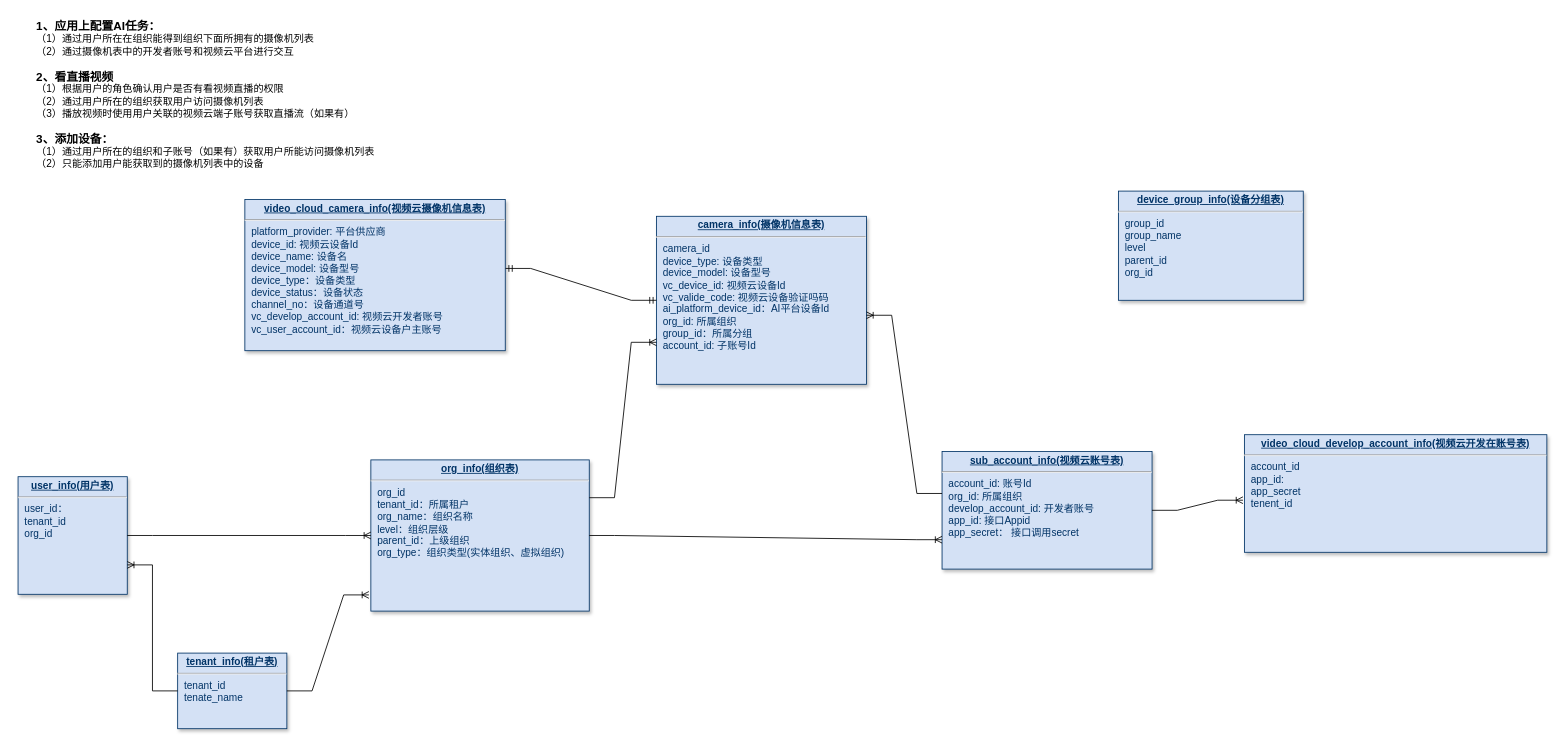
Earlier version of the draw.io diagram page "设备管理E-R图" (1 of 2) of 设备管理ER图.drawio (liushubao0109/drawio). Source tidied: cells renumbered, new cells numbered last; positions are measured from the earlier drawing's top-left corner, leaving out a move shared by most shapes. Both pictures are drawn from the tidied source at 84%, with x=0, y=0 at pixel (18, 14).
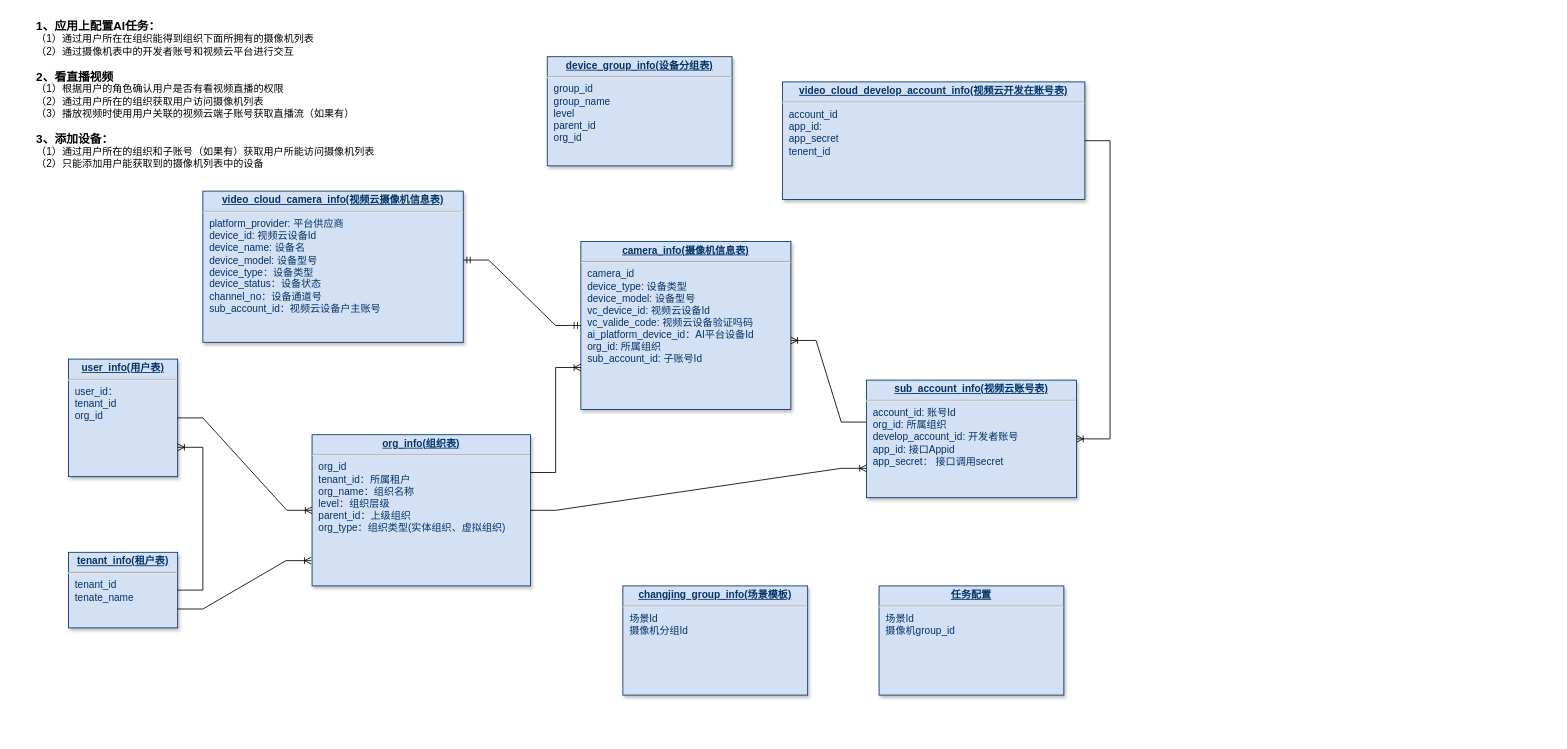
Above is the later version.

Change to the diagram source:
```diff
@@
     <mxCell id="2" value="&lt;p style=&quot;margin: 0px; margin-top: 4px; text-align: center; text-decoration: underline;&quot;&gt;&lt;b&gt;org_info(组织表)&lt;/b&gt;&lt;/p&gt;&lt;hr&gt;&lt;p style=&quot;margin: 0px 0px 0px 8px;&quot;&gt;org_id&lt;/p&gt;&lt;p style=&quot;margin: 0px 0px 0px 8px;&quot;&gt;tenant_id：所属租户&lt;/p&gt;&lt;p style=&quot;margin: 0px 0px 0px 8px;&quot;&gt;org_name：组织名称&lt;/p&gt;&lt;p style=&quot;margin: 0px 0px 0px 8px;&quot;&gt;level：组织层级&lt;/p&gt;&lt;p style=&quot;margin: 0px 0px 0px 8px;&quot;&gt;parent_id：上级组织&lt;/p&gt;&lt;p style=&quot;margin: 0px 0px 0px 8px;&quot;&gt;org_type：组织类型(实体组织、虚拟组织)&lt;/p&gt;&lt;p style=&quot;margin: 0px; margin-left: 8px;&quot;&gt;&lt;br&gt;&lt;/p&gt;" style="verticalAlign=top;align=left;overflow=fill;fontSize=12;fontFamily=Helvetica;html=1;strokeColor=#003366;shadow=1;fillColor=#D4E1F5;fontColor=#003366;" parent="1" vertex="1">
-      <mxGeometry x="420" y="530" width="260" height="180" as="geometry" />
+      <mxGeometry x="350" y="500" width="260" height="180" as="geometry" />
     </mxCell>
     <mxCell id="3" value="&lt;p style=&quot;margin: 0px; margin-top: 4px; text-align: center; text-decoration: underline;&quot;&gt;&lt;strong&gt;device_group_info(设备分组表)&lt;/strong&gt;&lt;/p&gt;&lt;hr&gt;&lt;p style=&quot;margin: 0px; margin-left: 8px;&quot;&gt;group_id&lt;/p&gt;&lt;p style=&quot;margin: 0px; margin-left: 8px;&quot;&gt;group_name&lt;/p&gt;&lt;p style=&quot;margin: 0px; margin-left: 8px;&quot;&gt;level&lt;/p&gt;&lt;p style=&quot;margin: 0px; margin-left: 8px;&quot;&gt;parent_id&lt;/p&gt;&lt;p style=&quot;margin: 0px; margin-left: 8px;&quot;&gt;org_id&lt;/p&gt;&lt;p style=&quot;margin: 0px; margin-left: 8px;&quot;&gt;&lt;br&gt;&lt;/p&gt;" style="verticalAlign=top;align=left;overflow=fill;fontSize=12;fontFamily=Helvetica;html=1;strokeColor=#003366;shadow=1;fillColor=#D4E1F5;fontColor=#003366;" parent="1" vertex="1">
-      <mxGeometry x="1310" y="210" width="220" height="130" as="geometry" />
+      <mxGeometry x="630" y="50" width="220" height="130" as="geometry" />
     </mxCell>
-    <mxCell id="4" value="&lt;p style=&quot;margin: 0px; margin-top: 4px; text-align: center; text-decoration: underline;&quot;&gt;&lt;b&gt;camera_info(摄像机信息表)&lt;/b&gt;&lt;/p&gt;&lt;hr&gt;&lt;p style=&quot;margin: 0px; margin-left: 8px;&quot;&gt;camera_id&lt;/p&gt;&lt;p style=&quot;margin: 0px; margin-left: 8px;&quot;&gt;device_type: 设备类型&lt;/p&gt;&lt;p style=&quot;margin: 0px; margin-left: 8px;&quot;&gt;device_model: 设备型号&lt;/p&gt;&lt;p style=&quot;margin: 0px; margin-left: 8px;&quot;&gt;&lt;span style=&quot;background-color: initial;&quot;&gt;vc_device_id: 视频云设备Id&lt;/span&gt;&lt;/p&gt;&lt;p style=&quot;margin: 0px; margin-left: 8px;&quot;&gt;vc_valide_code: 视频云设备验证吗码&lt;/p&gt;&lt;p style=&quot;margin: 0px; margin-left: 8px;&quot;&gt;ai_platform_device_id：AI平台设备Id&lt;/p&gt;&lt;p style=&quot;margin: 0px; margin-left: 8px;&quot;&gt;org_id: 所属组织&lt;/p&gt;&lt;p style=&quot;margin: 0px; margin-left: 8px;&quot;&gt;group_id：所属分组&lt;/p&gt;&lt;p style=&quot;margin: 0px; margin-left: 8px;&quot;&gt;account_id: 子账号Id&lt;/p&gt;" style="verticalAlign=top;align=left;overflow=fill;fontSize=12;fontFamily=Helvetica;html=1;strokeColor=#003366;shadow=1;fillColor=#D4E1F5;fontColor=#003366;" parent="1" vertex="1">
-      <mxGeometry x="760" y="240" width="250" height="200" as="geometry" />
+    <mxCell id="4" value="&lt;p style=&quot;margin: 0px; margin-top: 4px; text-align: center; text-decoration: underline;&quot;&gt;&lt;b&gt;camera_info(摄像机信息表)&lt;/b&gt;&lt;/p&gt;&lt;hr&gt;&lt;p style=&quot;margin: 0px; margin-left: 8px;&quot;&gt;camera_id&lt;/p&gt;&lt;p style=&quot;margin: 0px; margin-left: 8px;&quot;&gt;device_type: 设备类型&lt;/p&gt;&lt;p style=&quot;margin: 0px; margin-left: 8px;&quot;&gt;device_model: 设备型号&lt;/p&gt;&lt;p style=&quot;margin: 0px; margin-left: 8px;&quot;&gt;&lt;span style=&quot;background-color: initial;&quot;&gt;vc_device_id: 视频云设备Id&lt;/span&gt;&lt;/p&gt;&lt;p style=&quot;margin: 0px; margin-left: 8px;&quot;&gt;vc_valide_code: 视频云设备验证吗码&lt;/p&gt;&lt;p style=&quot;margin: 0px; margin-left: 8px;&quot;&gt;ai_platform_device_id：AI平台设备Id&lt;/p&gt;&lt;p style=&quot;margin: 0px; margin-left: 8px;&quot;&gt;org_id: 所属组织&lt;/p&gt;&lt;p style=&quot;margin: 0px; margin-left: 8px;&quot;&gt;&lt;span style=&quot;background-color: initial;&quot;&gt;sub_account_id: 子账号Id&lt;/span&gt;&lt;br&gt;&lt;/p&gt;" style="verticalAlign=top;align=left;overflow=fill;fontSize=12;fontFamily=Helvetica;html=1;strokeColor=#003366;shadow=1;fillColor=#D4E1F5;fontColor=#003366;" parent="1" vertex="1">
+      <mxGeometry x="670" y="270" width="250" height="200" as="geometry" />
     </mxCell>
     <mxCell id="5" value="&lt;p style=&quot;margin: 0px; margin-top: 4px; text-align: center; text-decoration: underline;&quot;&gt;&lt;strong&gt;sub_account_info(视频云账号表)&lt;/strong&gt;&lt;/p&gt;&lt;hr&gt;&lt;p style=&quot;margin: 0px; margin-left: 8px;&quot;&gt;account_id: 账号Id&lt;/p&gt;&lt;p style=&quot;margin: 0px; margin-left: 8px;&quot;&gt;&lt;span style=&quot;background-color: initial;&quot;&gt;org_id: 所属组织&lt;/span&gt;&lt;br&gt;&lt;/p&gt;&lt;p style=&quot;margin: 0px; margin-left: 8px;&quot;&gt;develop_account_id: 开发者账号&lt;/p&gt;&lt;p style=&quot;margin: 0px; margin-left: 8px;&quot;&gt;&lt;span style=&quot;background-color: initial;&quot;&gt;app_id: 接口Appid&lt;/span&gt;&lt;br&gt;&lt;/p&gt;&lt;p style=&quot;margin: 0px; margin-left: 8px;&quot;&gt;app_secret： 接口调用secret&amp;nbsp;&lt;/p&gt;" style="verticalAlign=top;align=left;overflow=fill;fontSize=12;fontFamily=Helvetica;html=1;strokeColor=#003366;shadow=1;fillColor=#D4E1F5;fontColor=#003366;" parent="1" vertex="1">
-      <mxGeometry x="1100" y="520" width="250" height="140" as="geometry" />
+      <mxGeometry x="1010" y="435" width="250" height="140" as="geometry" />
     </mxCell>
     <mxCell id="6" value="&lt;p style=&quot;margin: 0px; margin-top: 4px; text-align: center; text-decoration: underline;&quot;&gt;&lt;b&gt;tenant_info(租户表)&lt;/b&gt;&lt;/p&gt;&lt;hr&gt;&lt;p style=&quot;margin: 0px; margin-left: 8px;&quot;&gt;&lt;span style=&quot;background-color: initial;&quot;&gt;tenant_id&lt;/span&gt;&lt;/p&gt;&lt;p style=&quot;margin: 0px; margin-left: 8px;&quot;&gt;tenate_name&lt;/p&gt;" style="verticalAlign=top;align=left;overflow=fill;fontSize=12;fontFamily=Helvetica;html=1;strokeColor=#003366;shadow=1;fillColor=#D4E1F5;fontColor=#003366;" parent="1" vertex="1">
-      <mxGeometry x="190" y="760" width="130" height="90" as="geometry" />
+      <mxGeometry x="60" y="640" width="130" height="90" as="geometry" />
     </mxCell>
     <mxCell id="7" value="&lt;p style=&quot;margin: 0px; margin-top: 4px; text-align: center; text-decoration: underline;&quot;&gt;&lt;strong&gt;user_info(用户表)&lt;/strong&gt;&lt;/p&gt;&lt;hr&gt;&lt;p style=&quot;margin: 0px; margin-left: 8px;&quot;&gt;&lt;span style=&quot;background-color: initial;&quot;&gt;user_id：&lt;/span&gt;&lt;br&gt;&lt;/p&gt;&lt;p style=&quot;margin: 0px; margin-left: 8px;&quot;&gt;tenant_id&lt;/p&gt;&lt;p style=&quot;margin: 0px; margin-left: 8px;&quot;&gt;&lt;span style=&quot;background-color: initial;&quot;&gt;org_id&lt;/span&gt;&lt;/p&gt;" style="verticalAlign=top;align=left;overflow=fill;fontSize=12;fontFamily=Helvetica;html=1;strokeColor=#003366;shadow=1;fillColor=#D4E1F5;fontColor=#003366;" parent="1" vertex="1">
-      <mxGeometry y="550" width="130" height="140" as="geometry" />
+      <mxGeometry x="60" y="410" width="130" height="140" as="geometry" />
     </mxCell>
     <mxCell id="8" value="&lt;p style=&quot;margin: 0px; margin-top: 4px; text-align: center; text-decoration: underline;&quot;&gt;&lt;strong&gt;video_cloud_develop_account_info(视频云开发在账号表)&lt;/strong&gt;&lt;/p&gt;&lt;hr&gt;&lt;p style=&quot;margin: 0px; margin-left: 8px;&quot;&gt;account_id&lt;/p&gt;&lt;p style=&quot;margin: 0px; margin-left: 8px;&quot;&gt;&lt;span style=&quot;background-color: initial;&quot;&gt;app_id:&amp;nbsp;&lt;/span&gt;&lt;br&gt;&lt;/p&gt;&lt;p style=&quot;margin: 0px; margin-left: 8px;&quot;&gt;app_secret&lt;/p&gt;&lt;p style=&quot;margin: 0px; margin-left: 8px;&quot;&gt;tenent_id&lt;/p&gt;" style="verticalAlign=top;align=left;overflow=fill;fontSize=12;fontFamily=Helvetica;html=1;strokeColor=#003366;shadow=1;fillColor=#D4E1F5;fontColor=#003366;" parent="1" vertex="1">
-      <mxGeometry x="1460" y="500" width="360" height="140" as="geometry" />
+      <mxGeometry x="910" y="80" width="360" height="140" as="geometry" />
     </mxCell>
@@
-    <mxCell id="10" value="&lt;p style=&quot;margin: 0px; margin-top: 4px; text-align: center; text-decoration: underline;&quot;&gt;&lt;b&gt;video_cloud_camera_info(视频云摄像机信息表)&lt;/b&gt;&lt;/p&gt;&lt;hr&gt;&lt;p style=&quot;margin: 0px; margin-left: 8px;&quot;&gt;platform_provider: 平台供应商&lt;/p&gt;&lt;p style=&quot;margin: 0px; margin-left: 8px;&quot;&gt;&lt;span style=&quot;background-color: initial;&quot;&gt;device_id: 视频云设备Id&lt;/span&gt;&lt;/p&gt;&lt;p style=&quot;margin: 0px; margin-left: 8px;&quot;&gt;device_name: 设备名&lt;/p&gt;&lt;p style=&quot;margin: 0px; margin-left: 8px;&quot;&gt;device_model: 设备型号&lt;/p&gt;&lt;p style=&quot;margin: 0px; margin-left: 8px;&quot;&gt;device_type：设备类型&lt;/p&gt;&lt;p style=&quot;margin: 0px; margin-left: 8px;&quot;&gt;device_status：设备状态&lt;/p&gt;&lt;p style=&quot;margin: 0px; margin-left: 8px;&quot;&gt;channel_no：设备通道号&lt;/p&gt;&lt;p style=&quot;margin: 0px 0px 0px 8px;&quot;&gt;vc_develop_account_id: 视频云开发者账号&lt;/p&gt;&lt;p style=&quot;margin: 0px 0px 0px 8px;&quot;&gt;vc_user_account_id：视频云设备户主账号&lt;/p&gt;&lt;p style=&quot;margin: 0px; margin-left: 8px;&quot;&gt;&lt;br&gt;&lt;/p&gt;&lt;p style=&quot;margin: 0px; margin-left: 8px;&quot;&gt;&lt;br&gt;&lt;/p&gt;" style="verticalAlign=top;align=left;overflow=fill;fontSize=12;fontFamily=Helvetica;html=1;strokeColor=#003366;shadow=1;fillColor=#D4E1F5;fontColor=#003366;" parent="1" vertex="1">
-      <mxGeometry x="270" y="220" width="310" height="180" as="geometry" />
+    <mxCell id="10" value="&lt;p style=&quot;margin: 0px; margin-top: 4px; text-align: center; text-decoration: underline;&quot;&gt;&lt;b&gt;video_cloud_camera_info(视频云摄像机信息表)&lt;/b&gt;&lt;/p&gt;&lt;hr&gt;&lt;p style=&quot;margin: 0px; margin-left: 8px;&quot;&gt;platform_provider: 平台供应商&lt;/p&gt;&lt;p style=&quot;margin: 0px; margin-left: 8px;&quot;&gt;&lt;span style=&quot;background-color: initial;&quot;&gt;device_id: 视频云设备Id&lt;/span&gt;&lt;/p&gt;&lt;p style=&quot;margin: 0px; margin-left: 8px;&quot;&gt;device_name: 设备名&lt;/p&gt;&lt;p style=&quot;margin: 0px; margin-left: 8px;&quot;&gt;device_model: 设备型号&lt;/p&gt;&lt;p style=&quot;margin: 0px; margin-left: 8px;&quot;&gt;device_type：设备类型&lt;/p&gt;&lt;p style=&quot;margin: 0px; margin-left: 8px;&quot;&gt;device_status：设备状态&lt;/p&gt;&lt;p style=&quot;margin: 0px; margin-left: 8px;&quot;&gt;channel_no：设备通道号&lt;/p&gt;&lt;p style=&quot;margin: 0px 0px 0px 8px;&quot;&gt;&lt;span style=&quot;background-color: initial;&quot;&gt;sub_account_id：视频云设备户主账号&lt;/span&gt;&lt;br&gt;&lt;/p&gt;&lt;p style=&quot;margin: 0px; margin-left: 8px;&quot;&gt;&lt;br&gt;&lt;/p&gt;&lt;p style=&quot;margin: 0px; margin-left: 8px;&quot;&gt;&lt;br&gt;&lt;/p&gt;" style="verticalAlign=top;align=left;overflow=fill;fontSize=12;fontFamily=Helvetica;html=1;strokeColor=#003366;shadow=1;fillColor=#D4E1F5;fontColor=#003366;" parent="1" vertex="1">
+      <mxGeometry x="220" y="210" width="310" height="180" as="geometry" />
     </mxCell>
@@
-    <mxCell id="12" style="edgeStyle=entityRelationEdgeStyle;fontSize=12;html=1;endArrow=ERoneToMany;rounded=0;fontColor=#000000;exitX=1;exitY=0.5;exitDx=0;exitDy=0;entryX=-0.005;entryY=0.557;entryDx=0;entryDy=0;entryPerimeter=0;" parent="1" edge="1" source="5" target="8">
+    <mxCell id="12" style="edgeStyle=entityRelationEdgeStyle;fontSize=12;html=1;endArrow=ERoneToMany;rounded=0;fontColor=#000000;" parent="1" edge="1" source="8" target="5">
       <mxGeometry relative="1" as="geometry" />
     </mxCell>
-    <mxCell id="13" style="edgeStyle=entityRelationEdgeStyle;fontSize=12;html=1;endArrow=ERoneToMany;rounded=0;fontColor=#000000;entryX=-0.009;entryY=0.893;entryDx=0;entryDy=0;entryPerimeter=0;" parent="1" edge="1" source="6" target="2">
+    <mxCell id="13" style="edgeStyle=entityRelationEdgeStyle;fontSize=12;html=1;endArrow=ERoneToMany;rounded=0;fontColor=#000000;entryX=-0.004;entryY=0.833;entryDx=0;entryDy=0;entryPerimeter=0;exitX=1;exitY=0.75;exitDx=0;exitDy=0;" parent="1" edge="1" source="6" target="2">
       <mxGeometry relative="1" as="geometry" />
     </mxCell>
@@
+    <mxCell id="18" style="edgeStyle=entityRelationEdgeStyle;fontSize=12;html=1;endArrow=ERoneToMany;rounded=0;fontColor=#000000;exitX=0;exitY=0.357;exitDx=0;exitDy=0;entryX=1;entryY=0.589;entryDx=0;entryDy=0;exitPerimeter=0;entryPerimeter=0;" parent="1" edge="1" source="5" target="4">
+      <mxGeometry relative="1" as="geometry" />
+    </mxCell>
-    <mxCell id="17" style="edgeStyle=entityRelationEdgeStyle;fontSize=12;html=1;endArrow=ERoneToMany;rounded=0;fontColor=#000000;exitX=0;exitY=0.5;exitDx=0;exitDy=0;entryX=1;entryY=0.75;entryDx=0;entryDy=0;" parent="1" edge="1" source="6" target="7">
+    <mxCell id="17" style="edgeStyle=entityRelationEdgeStyle;fontSize=12;html=1;endArrow=ERoneToMany;rounded=0;entryX=1;entryY=0.75;entryDx=0;entryDy=0;" parent="1" edge="1" source="6" target="7">
       <mxGeometry relative="1" as="geometry" />
     </mxCell>
-    <mxCell id="18" style="edgeStyle=entityRelationEdgeStyle;fontSize=12;html=1;endArrow=ERoneToMany;rounded=0;fontColor=#000000;exitX=0;exitY=0.357;exitDx=0;exitDy=0;entryX=1;entryY=0.589;entryDx=0;entryDy=0;exitPerimeter=0;entryPerimeter=0;" parent="1" edge="1" source="5" target="4">
-      <mxGeometry relative="1" as="geometry" />
-    </mxCell>
+    <mxCell id="19" value="&lt;p style=&quot;margin: 0px; margin-top: 4px; text-align: center; text-decoration: underline;&quot;&gt;&lt;strong&gt;changjing_group_info(场景模板)&lt;/strong&gt;&lt;/p&gt;&lt;hr&gt;&lt;p style=&quot;margin: 0px; margin-left: 8px;&quot;&gt;场景Id&lt;/p&gt;&lt;p style=&quot;margin: 0px; margin-left: 8px;&quot;&gt;摄像机分组Id&lt;/p&gt;" style="verticalAlign=top;align=left;overflow=fill;fontSize=12;fontFamily=Helvetica;html=1;strokeColor=#003366;shadow=1;fillColor=#D4E1F5;fontColor=#003366;" parent="1" vertex="1">
+      <mxGeometry x="720" y="680" width="220" height="130" as="geometry" />
+    </mxCell>
+    <mxCell id="20" value="&lt;p style=&quot;margin: 0px; margin-top: 4px; text-align: center; text-decoration: underline;&quot;&gt;&lt;strong&gt;任务配置&lt;/strong&gt;&lt;/p&gt;&lt;hr&gt;&lt;p style=&quot;margin: 0px; margin-left: 8px;&quot;&gt;场景Id&lt;/p&gt;&lt;p style=&quot;margin: 0px; margin-left: 8px;&quot;&gt;摄像机group_id&lt;/p&gt;&lt;p style=&quot;margin: 0px; margin-left: 8px;&quot;&gt;&lt;br&gt;&lt;/p&gt;" style="verticalAlign=top;align=left;overflow=fill;fontSize=12;fontFamily=Helvetica;html=1;strokeColor=#003366;shadow=1;fillColor=#D4E1F5;fontColor=#003366;" parent="1" vertex="1">
+      <mxGeometry x="1025" y="680" width="220" height="130" as="geometry" />
+    </mxCell>
```
